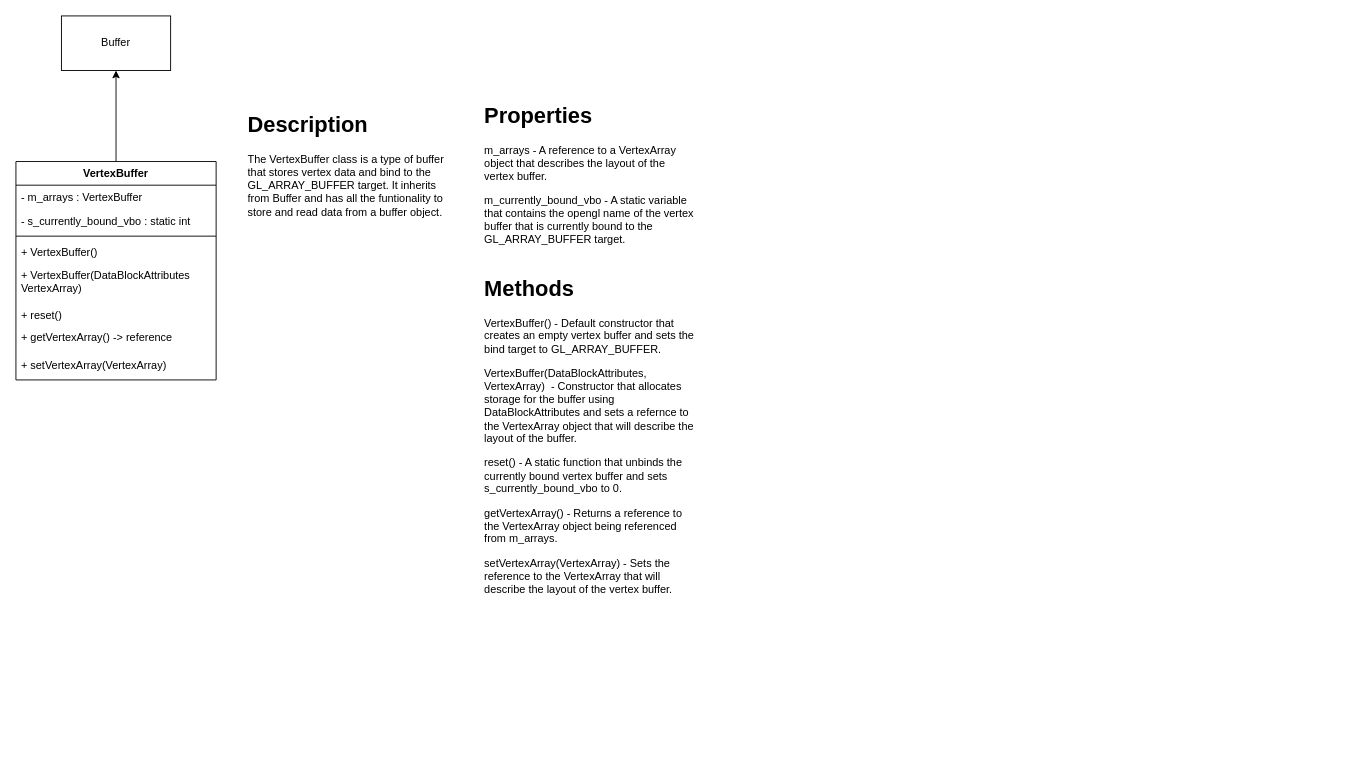
Before: docs/VertexBuffer.drawio in LowFire/blazer3d, a draw.io diagram. Source tidied: cells renumbered, new cells numbered last; positions are measured from the earlier drawing's top-left corner, leaving out a move shared by most shapes. Both pictures are drawn from the tidied source at 91%, with x=0, y=0 at pixel (15, 15).
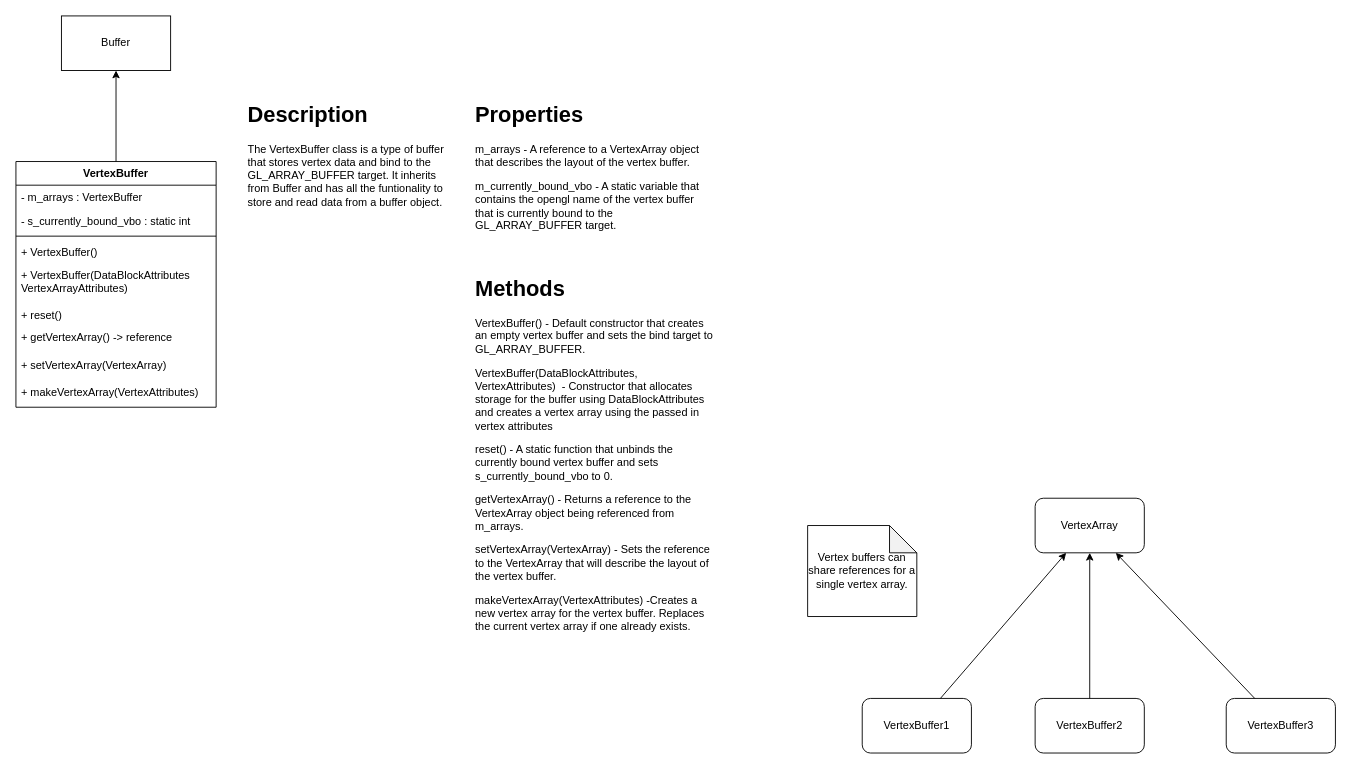
The same page after the edit.

Commit message (it also covers changes not shown here):
Implemented VertexBuffer tests.

What changed in the source:
```diff
@@
     <mxCell id="2" value="VertexBuffer" style="swimlane;fontStyle=1;align=center;verticalAlign=top;horizontal=1;startSize=26;" parent="1" vertex="1">
-      <mxGeometry y="160" width="220" height="240" as="geometry" />
+      <mxGeometry y="160" width="220" height="270" as="geometry" />
     </mxCell>
@@
-    <mxCell id="7" value="+ VertexBuffer(DataBlockAttributes&#10;VertexArray)" style="text;strokeColor=none;fillColor=none;align=left;verticalAlign=top;spacingLeft=4;spacingRight=4;overflow=hidden;" parent="2" vertex="1">
+    <mxCell id="7" value="+ VertexBuffer(DataBlockAttributes&#10;VertexArrayAttributes)" style="text;strokeColor=none;fillColor=none;align=left;verticalAlign=top;spacingLeft=4;spacingRight=4;overflow=hidden;" parent="2" vertex="1">
       <mxGeometry y="112" width="220" height="44" as="geometry" />
     </mxCell>
@@
+    <mxCell id="16" value="+ setVertexArray(VertexArray)" style="text;strokeColor=none;fillColor=none;align=left;verticalAlign=top;spacingLeft=4;spacingRight=4;overflow=hidden;" parent="2" vertex="1">
+      <mxGeometry y="210" width="220" height="30" as="geometry" />
+    </mxCell>
-    <mxCell id="10" value="+ setVertexArray(VertexArray)" style="text;strokeColor=none;fillColor=none;align=left;verticalAlign=top;spacingLeft=4;spacingRight=4;overflow=hidden;" parent="2" vertex="1">
-      <mxGeometry y="210" width="220" height="30" as="geometry" />
+    <mxCell id="10" value="+ makeVertexArray(VertexAttributes)" style="text;strokeColor=none;fillColor=none;align=left;verticalAlign=top;spacingLeft=4;spacingRight=4;overflow=hidden;" parent="2" vertex="1">
+      <mxGeometry y="240" width="220" height="30" as="geometry" />
     </mxCell>
@@
     <mxCell id="13" value="&lt;h1&gt;Description&lt;/h1&gt;&lt;p&gt;The VertexBuffer class is a type of buffer that stores vertex data and bind to the GL_ARRAY_BUFFER target. It inherits from Buffer and has all the funtionality to store and read data from a buffer object.&lt;/p&gt;" style="text;html=1;strokeColor=none;fillColor=none;spacing=5;spacingTop=-20;whiteSpace=wrap;overflow=hidden;rounded=0;" parent="1" vertex="1">
-      <mxGeometry x="250" y="100" width="240" height="150" as="geometry" />
+      <mxGeometry x="250" y="89" width="240" height="150" as="geometry" />
     </mxCell>
-    <mxCell id="14" value="&lt;h1&gt;Methods&lt;/h1&gt;&lt;p&gt;VertexBuffer() - Default constructor that creates an empty vertex buffer and sets the bind target to GL_ARRAY_BUFFER.&lt;/p&gt;&lt;p&gt;VertexBuffer(DataBlockAttributes, VertexArray&lt;span&gt;)&amp;nbsp; - Constructor that allocates storage for the buffer using DataBlockAttributes and sets a refernce to the VertexArray object that will describe the layout of the buffer.&lt;/span&gt;&lt;/p&gt;&lt;p&gt;&lt;span&gt;reset() - A static function that unbinds the currently bound vertex buffer and sets s_currently_bound_vbo to 0.&lt;/span&gt;&lt;/p&gt;&lt;p&gt;&lt;span&gt;getVertexArray() - Returns a reference to the VertexArray object being referenced from m_arrays.&lt;/span&gt;&lt;/p&gt;&lt;p&gt;setVertexArray(VertexArray) - Sets the reference to the VertexArray that will describe the layout of the vertex buffer.&lt;/p&gt;" style="text;html=1;strokeColor=none;fillColor=none;spacing=5;spacingTop=-20;whiteSpace=wrap;overflow=hidden;rounded=0;" parent="1" vertex="1">
-      <mxGeometry x="510" y="280" width="240" height="360" as="geometry" />
+    <mxCell id="14" value="&lt;h1&gt;Methods&lt;/h1&gt;&lt;p&gt;VertexBuffer() - Default constructor that creates an empty vertex buffer and sets the bind target to GL_ARRAY_BUFFER.&lt;/p&gt;&lt;p&gt;VertexBuffer(DataBlockAttributes, VertexAttributes&lt;span&gt;)&amp;nbsp; - Constructor that allocates storage for the buffer using DataBlockAttributes and creates a vertex array using the passed in vertex attributes&lt;/span&gt;&lt;/p&gt;&lt;p&gt;&lt;span&gt;reset() - A static function that unbinds the currently bound vertex buffer and sets s_currently_bound_vbo to 0.&lt;/span&gt;&lt;/p&gt;&lt;p&gt;&lt;span&gt;getVertexArray() - Returns a reference to the VertexArray object being referenced from m_arrays.&lt;/span&gt;&lt;/p&gt;&lt;p&gt;setVertexArray(VertexArray) - Sets the reference to the VertexArray that will describe the layout of the vertex buffer.&lt;/p&gt;&lt;p&gt;&lt;span&gt;makeVertexArray(VertexAttributes) -&lt;/span&gt;&lt;span&gt;Creates a new vertex array for the vertex buffer. Replaces the current vertex array if one already exists.&lt;/span&gt;&lt;/p&gt;" style="text;html=1;strokeColor=none;fillColor=none;spacing=5;spacingTop=-20;whiteSpace=wrap;overflow=hidden;rounded=0;" parent="1" vertex="1">
+      <mxGeometry x="500" y="280" width="270" height="420" as="geometry" />
     </mxCell>
     <mxCell id="15" value="&lt;h1&gt;Properties&lt;/h1&gt;&lt;p&gt;m_arrays - A reference to a VertexArray object that describes the layout of the vertex buffer.&lt;/p&gt;&lt;p&gt;m_currently_bound_vbo - A static variable that contains the opengl name of the vertex buffer that is currently bound to the GL_ARRAY_BUFFER target.&lt;/p&gt;" style="text;html=1;strokeColor=none;fillColor=none;spacing=5;spacingTop=-20;whiteSpace=wrap;overflow=hidden;rounded=0;" parent="1" vertex="1">
-      <mxGeometry x="510" y="90" width="240" height="180" as="geometry" />
+      <mxGeometry x="500" y="89" width="260" height="180" as="geometry" />
     </mxCell>
+    <mxCell id="17" value="VertexBuffer1" style="rounded=1;whiteSpace=wrap;html=1;" parent="1" vertex="1">
+      <mxGeometry x="930" y="750" width="120" height="60" as="geometry" />
+    </mxCell>
+    <mxCell id="18" value="VertexBuffer2" style="rounded=1;whiteSpace=wrap;html=1;" parent="1" vertex="1">
+      <mxGeometry x="1120" y="750" width="120" height="60" as="geometry" />
+    </mxCell>
+    <mxCell id="19" value="VertexBuffer3" style="rounded=1;whiteSpace=wrap;html=1;" parent="1" vertex="1">
+      <mxGeometry x="1330" y="750" width="120" height="60" as="geometry" />
+    </mxCell>
+    <mxCell id="20" value="VertexArray" style="rounded=1;whiteSpace=wrap;html=1;" parent="1" vertex="1">
+      <mxGeometry x="1120" y="530" width="120" height="60" as="geometry" />
+    </mxCell>
+    <mxCell id="21" style="endArrow=classic;html=1;" parent="1" edge="1" source="17" target="20">
+      <mxGeometry relative="1" as="geometry" />
+    </mxCell>
+    <mxCell id="22" style="endArrow=classic;html=1;" parent="1" edge="1" source="18" target="20">
+      <mxGeometry relative="1" as="geometry" />
+    </mxCell>
+    <mxCell id="23" style="endArrow=classic;html=1;" parent="1" edge="1" source="19" target="20">
+      <mxGeometry relative="1" as="geometry" />
+    </mxCell>
+    <mxCell id="24" value="Vertex buffers can share references for a single vertex array." style="shape=note;whiteSpace=wrap;html=1;backgroundOutline=1;darkOpacity=0.05;" parent="1" vertex="1">
+      <mxGeometry x="870" y="560" width="120" height="100" as="geometry" />
+    </mxCell>
```
